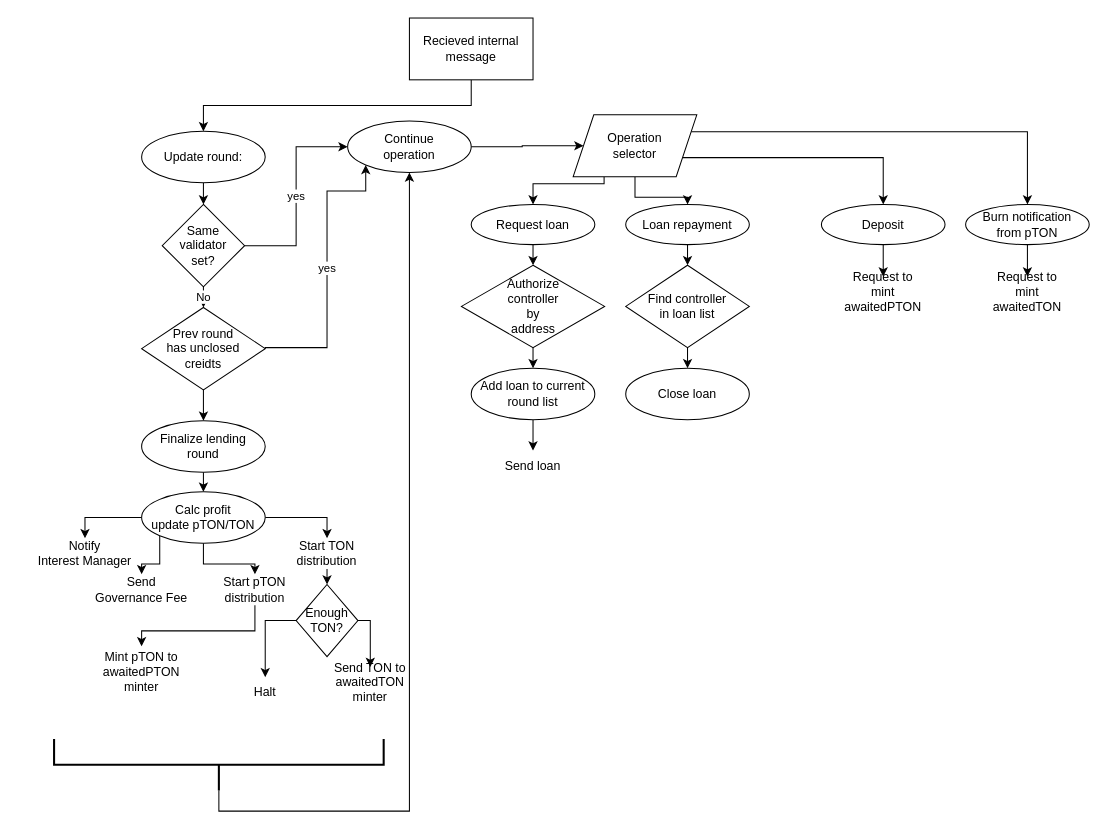
Above: docs/images/pool-scheme.drawio in ton-blockchain/liquid-staking-contract (draw.io), before the change. Source tidied: cells renumbered, new cells numbered last; positions are measured from the earlier drawing's top-left corner, leaving out a move shared by most shapes. Both pictures are drawn from the tidied source at 103%, with x=0, y=0 at pixel (18, 18).
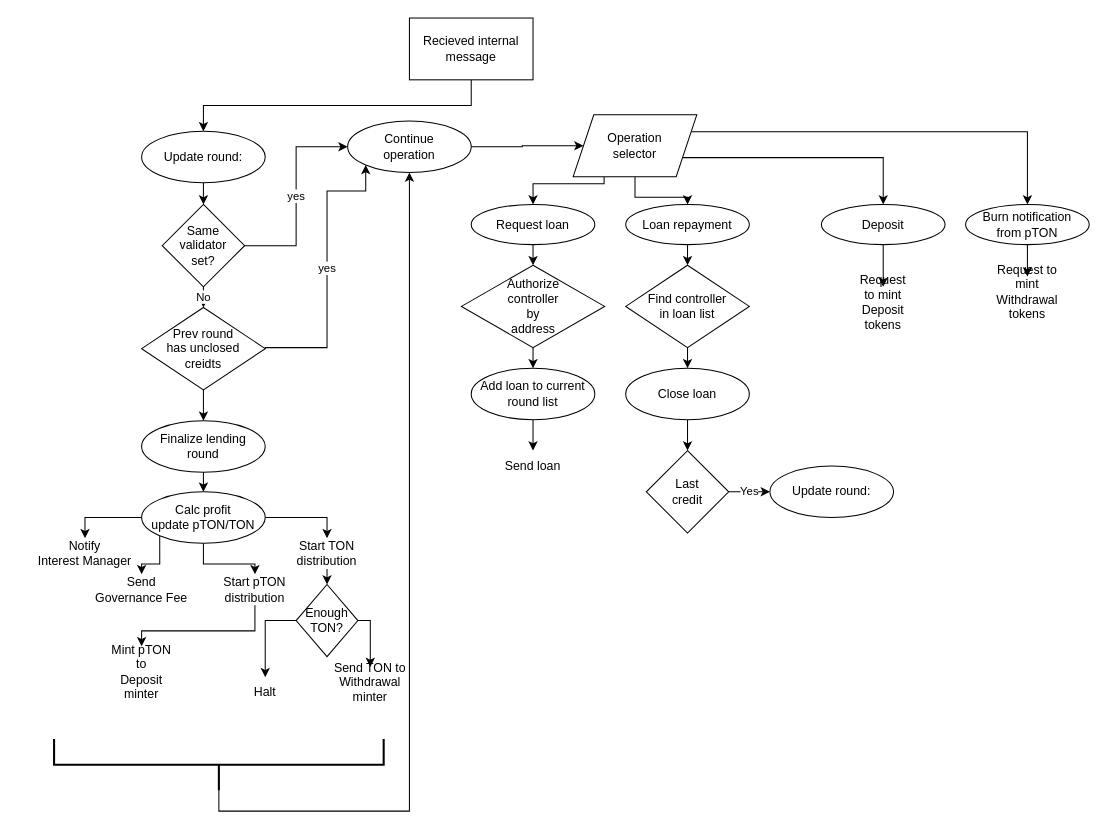
The same page after the edit.

The change refers to these unchanged cells:
```xml
<mxCell id="56" value="Close loan" style="ellipse;whiteSpace=wrap;html=1;" parent="1" vertex="1">
  <mxGeometry x="590" y="340" width="120" height="50" as="geometry" />
</mxCell>
```

Change to the diagram source:
```diff
@@
-    <mxCell id="28" value="Mint pTON to&lt;br&gt;awaitedPTON minter" style="text;html=1;strokeColor=none;fillColor=none;align=center;verticalAlign=middle;whiteSpace=wrap;rounded=0;" parent="1" vertex="1">
+    <mxCell id="28" value="Mint pTON to&lt;br&gt;Deposit minter" style="text;html=1;strokeColor=none;fillColor=none;align=center;verticalAlign=middle;whiteSpace=wrap;rounded=0;" parent="1" vertex="1">
       <mxGeometry x="90" y="620" width="60" height="30" as="geometry" />
     </mxCell>
-    <mxCell id="29" value="Send TON to&lt;br&gt;awaitedTON minter" style="text;html=1;strokeColor=none;fillColor=none;align=center;verticalAlign=middle;whiteSpace=wrap;rounded=0;" parent="1" vertex="1">
+    <mxCell id="29" value="Send TON to&lt;br&gt;Withdrawal minter" style="text;html=1;strokeColor=none;fillColor=none;align=center;verticalAlign=middle;whiteSpace=wrap;rounded=0;" parent="1" vertex="1">
       <mxGeometry x="297" y="630" width="90" height="30" as="geometry" />
     </mxCell>
@@
+    <mxCell id="59" style="edgeStyle=orthogonalEdgeStyle;rounded=0;jettySize=auto;html=1;exitX=0.5;exitY=1;exitDx=0;exitDy=0;entryX=0.5;entryY=0;entryDx=0;entryDy=0;" parent="1" edge="1" source="56" target="61">
+      <mxGeometry relative="1" as="geometry" />
+    </mxCell>
@@
-    <mxCell id="57" value="Request to mint&lt;br&gt;awaitedPTON" style="text;html=1;strokeColor=none;fillColor=none;align=center;verticalAlign=middle;whiteSpace=wrap;rounded=0;" parent="1" vertex="1">
-      <mxGeometry x="810" y="251" width="60" height="30" as="geometry" />
+    <mxCell id="57" value="Request to mint&lt;br&gt;Deposit tokens" style="text;html=1;strokeColor=none;fillColor=none;align=center;verticalAlign=middle;whiteSpace=wrap;rounded=0;" parent="1" vertex="1">
+      <mxGeometry x="810" y="261" width="60" height="30" as="geometry" />
     </mxCell>
-    <mxCell id="58" value="Request to mint&lt;br&gt;awaitedTON" style="text;html=1;strokeColor=none;fillColor=none;align=center;verticalAlign=middle;whiteSpace=wrap;rounded=0;" parent="1" vertex="1">
-      <mxGeometry x="950" y="251" width="60" height="30" as="geometry" />
+    <mxCell id="58" value="Request to mint&lt;br&gt;Withdrawal tokens" style="text;html=1;strokeColor=none;fillColor=none;align=center;verticalAlign=middle;whiteSpace=wrap;rounded=0;" parent="1" vertex="1">
+      <mxGeometry x="950" y="251" width="60" height="29" as="geometry" />
     </mxCell>
+    <mxCell id="60" value="Yes" style="edgeStyle=orthogonalEdgeStyle;rounded=0;jettySize=auto;html=1;exitX=1;exitY=0.5;exitDx=0;exitDy=0;entryX=0;entryY=0.5;entryDx=0;entryDy=0;" parent="1" edge="1" source="61" target="62">
+      <mxGeometry relative="1" as="geometry" />
+    </mxCell>
+    <mxCell id="61" value="Last&lt;br&gt;credit" style="rhombus;whiteSpace=wrap;html=1;" parent="1" vertex="1">
+      <mxGeometry x="610" y="420" width="80" height="80" as="geometry" />
+    </mxCell>
+    <mxCell id="62" value="Update round:" style="ellipse;whiteSpace=wrap;html=1;" parent="1" vertex="1">
+      <mxGeometry x="730" y="435" width="120" height="50" as="geometry" />
+    </mxCell>
```
